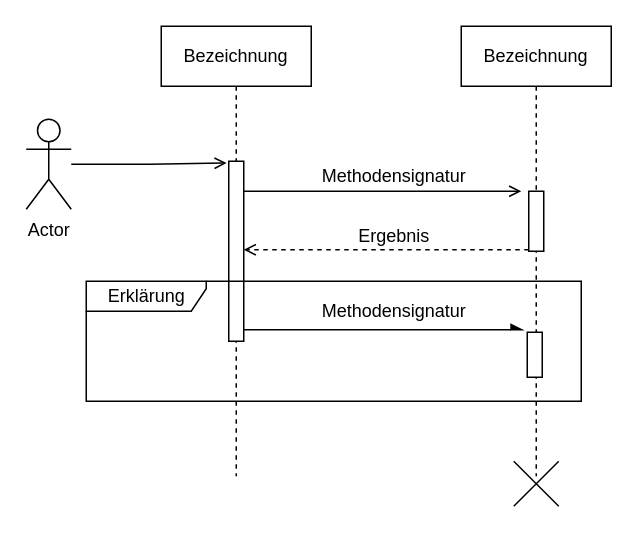
The draw.io diagram images/rawimages/Sequenzdiagramm.drawio in HerrLoesch/UMLite, before the edit. Source tidied: cells renumbered, new cells numbered last; positions are measured from the earlier drawing's top-left corner, leaving out a move shared by most shapes. Both pictures are drawn from the tidied source at 150%, with x=0, y=0 at pixel (26, 26).
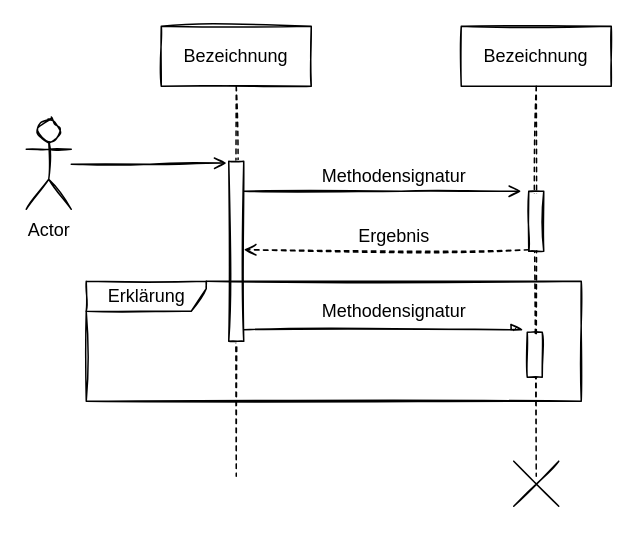
After the change.

Commit message (it also covers changes not shown here):
added activity and sequence diagram

Change to the diagram source:
```diff
@@
-    <mxCell id="2" value="Bezeichnung" style="shape=umlLifeline;perimeter=lifelinePerimeter;whiteSpace=wrap;html=1;" parent="1" vertex="1">
+    <mxCell id="2" value="Bezeichnung" style="shape=umlLifeline;perimeter=lifelinePerimeter;whiteSpace=wrap;html=1;sketch=1;" parent="1" vertex="1">
       <mxGeometry x="90" width="100" height="300" as="geometry" />
     </mxCell>
-    <mxCell id="3" style="html=1;points=[];perimeter=orthogonalPerimeter;" parent="2" vertex="1">
+    <mxCell id="3" style="html=1;points=[];perimeter=orthogonalPerimeter;sketch=1;" parent="2" vertex="1">
       <mxGeometry x="45" y="90" width="10" height="120" as="geometry" />
     </mxCell>
-    <mxCell id="4" value="Bezeichnung" style="shape=umlLifeline;perimeter=lifelinePerimeter;whiteSpace=wrap;html=1;" parent="1" vertex="1">
+    <mxCell id="4" value="Bezeichnung" style="shape=umlLifeline;perimeter=lifelinePerimeter;whiteSpace=wrap;html=1;sketch=1;" parent="1" vertex="1">
       <mxGeometry x="290" width="100" height="300" as="geometry" />
     </mxCell>
-    <mxCell id="5" style="html=1;perimeter=orthogonalPerimeter;" parent="4" vertex="1">
+    <mxCell id="5" style="html=1;perimeter=orthogonalPerimeter;sketch=1;" parent="4" vertex="1">
       <mxGeometry x="45" y="110" width="10" height="40" as="geometry" />
     </mxCell>
-    <mxCell id="6" style="shape=umlDestroy;" parent="4" vertex="1">
+    <mxCell id="6" style="shape=umlDestroy;sketch=1;" parent="4" vertex="1">
       <mxGeometry x="35" y="290" width="30" height="30" as="geometry" />
     </mxCell>
-    <mxCell id="7" style="html=1;perimeter=orthogonalPerimeter;" parent="4" vertex="1">
+    <mxCell id="7" style="html=1;perimeter=orthogonalPerimeter;sketch=1;" parent="4" vertex="1">
       <mxGeometry x="44" y="204" width="10" height="30" as="geometry" />
     </mxCell>
-    <mxCell id="8" style="edgeStyle=orthogonalEdgeStyle;rounded=0;jettySize=auto;html=1;entryX=-0.143;entryY=0.01;entryDx=0;entryDy=0;entryPerimeter=0;endArrow=open;endFill=0;" parent="1" edge="1" source="9" target="3">
+    <mxCell id="8" style="edgeStyle=orthogonalEdgeStyle;rounded=0;jettySize=auto;html=1;entryX=-0.143;entryY=0.01;entryDx=0;entryDy=0;entryPerimeter=0;endArrow=open;endFill=0;sketch=1;" parent="1" edge="1" source="9" target="3">
       <mxGeometry relative="1" as="geometry" />
     </mxCell>
-    <mxCell id="9" value="Actor" style="shape=umlActor;verticalLabelPosition=bottom;verticalAlign=top;html=1;" parent="1" vertex="1">
+    <mxCell id="9" value="Actor" style="shape=umlActor;verticalLabelPosition=bottom;verticalAlign=top;html=1;sketch=1;" parent="1" vertex="1">
       <mxGeometry y="62" width="30" height="60" as="geometry" />
     </mxCell>
-    <mxCell id="10" style="edgeStyle=orthogonalEdgeStyle;rounded=0;jettySize=auto;html=1;endArrow=open;endFill=0;" parent="1" edge="1" source="3">
+    <mxCell id="10" style="edgeStyle=orthogonalEdgeStyle;rounded=0;jettySize=auto;html=1;endArrow=open;endFill=0;sketch=1;" parent="1" edge="1" source="3">
       <mxGeometry relative="1" as="geometry">
         <mxPoint x="330" y="110" as="targetPoint" />
         <Array as="points">
           <mxPoint x="250" y="110" />
           <mxPoint x="250" y="110" />
         </Array>
       </mxGeometry>
     </mxCell>
-    <mxCell id="11" style="rounded=0;orthogonalLoop=1;jettySize=auto;html=1;endArrow=open;endFill=0;dashed=1;" parent="1" edge="1">
+    <mxCell id="11" style="rounded=0;orthogonalLoop=1;jettySize=auto;html=1;endArrow=open;endFill=0;dashed=1;sketch=1;" parent="1" edge="1">
       <mxGeometry relative="1" as="geometry">
         <mxPoint x="335" y="149" as="sourcePoint" />
         <mxPoint x="145" y="149" as="targetPoint" />
       </mxGeometry>
     </mxCell>
-    <mxCell id="12" value="Methodensignatur" style="text;html=1;align=center;verticalAlign=middle;strokeColor=none;fillColor=none;" parent="1" vertex="1">
+    <mxCell id="12" value="Methodensignatur" style="text;html=1;align=center;verticalAlign=middle;strokeColor=none;fillColor=none;sketch=1;" parent="1" vertex="1">
       <mxGeometry x="190" y="90" width="110" height="20" as="geometry" />
     </mxCell>
-    <mxCell id="13" value="Ergebnis" style="text;html=1;align=center;verticalAlign=middle;strokeColor=none;fillColor=none;" parent="1" vertex="1">
+    <mxCell id="13" value="Ergebnis" style="text;html=1;align=center;verticalAlign=middle;strokeColor=none;fillColor=none;sketch=1;" parent="1" vertex="1">
       <mxGeometry x="215" y="130" width="60" height="20" as="geometry" />
     </mxCell>
-    <mxCell id="14" style="edgeStyle=none;rounded=0;orthogonalLoop=1;jettySize=auto;html=1;entryX=-0.271;entryY=0.01;entryDx=0;entryDy=0;entryPerimeter=0;endArrow=async;endFill=1;" parent="1" edge="1">
+    <mxCell id="14" style="edgeStyle=none;rounded=0;orthogonalLoop=1;jettySize=auto;html=1;entryX=-0.271;entryY=0.01;entryDx=0;entryDy=0;entryPerimeter=0;endArrow=async;endFill=1;sketch=1;" parent="1" edge="1">
       <mxGeometry relative="1" as="geometry">
         <mxPoint x="145" y="202.3" as="sourcePoint" />
         <mxPoint x="331.3" y="202.3" as="targetPoint" />
       </mxGeometry>
     </mxCell>
-    <mxCell id="15" value="Methodensignatur" style="text;html=1;align=center;verticalAlign=middle;strokeColor=none;fillColor=none;" parent="1" vertex="1">
+    <mxCell id="15" value="Methodensignatur" style="text;html=1;align=center;verticalAlign=middle;strokeColor=none;fillColor=none;sketch=1;" parent="1" vertex="1">
       <mxGeometry x="190" y="180" width="110" height="20" as="geometry" />
     </mxCell>
-    <mxCell id="16" value="Erklärung" style="shape=umlFrame;tabPosition=left;html=1;boundedLbl=1;labelInHeader=1;width=80;height=20;" parent="1" vertex="1">
+    <mxCell id="16" value="Erklärung" style="shape=umlFrame;tabPosition=left;html=1;boundedLbl=1;labelInHeader=1;width=80;height=20;sketch=1;" parent="1" vertex="1">
       <mxGeometry x="40" y="170" width="330" height="80" as="geometry" />
     </mxCell>
```
